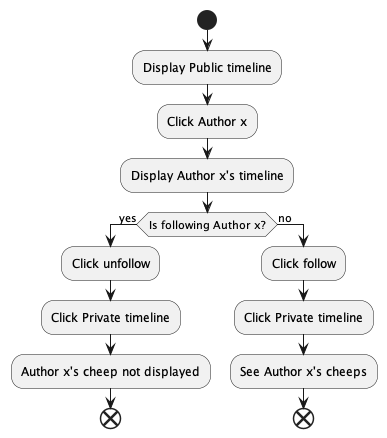
Above: docs/diagrams/ActivityDiagramFollowAuthor.png in ITU-BDSA23-GROUP9/Chirp (PlantUML), before the change.
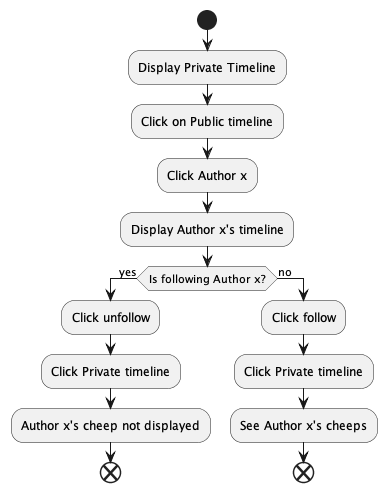
The same diagram one commit later.

Commit message:
Fix diagram for FollowAuthor

The edit, as a diff of the source:
```diff
@@ -1,6 +1,7 @@
 @startuml
 start
-:Display Public timeline;
+:Display Private Timeline;
+:Click on Public timeline;
 :Click Author x;
 :Display Author x's timeline;
 if (Is following Author x?) then (yes)
```
